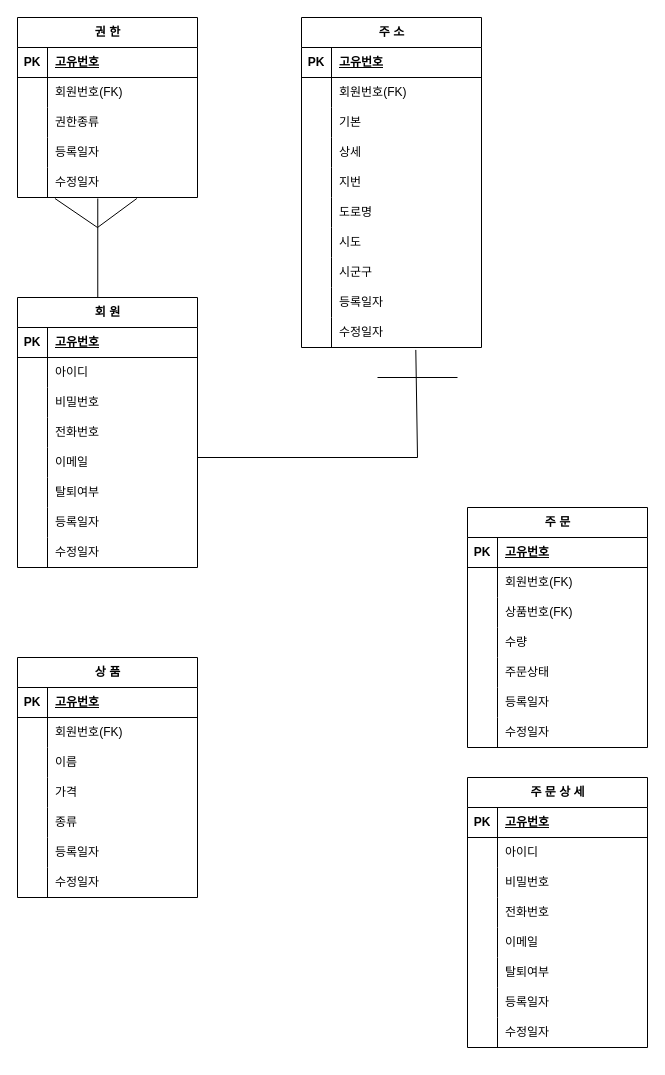
Earlier version of the draw.io diagram src/main/eCommerce.drawio (kjw1995/eCommerce). Source tidied: cells renumbered, new cells numbered last; positions are measured from the earlier drawing's top-left corner, leaving out a move shared by most shapes. Both pictures are drawn from the tidied source at 100%, with x=0, y=0 at pixel (17, 17).
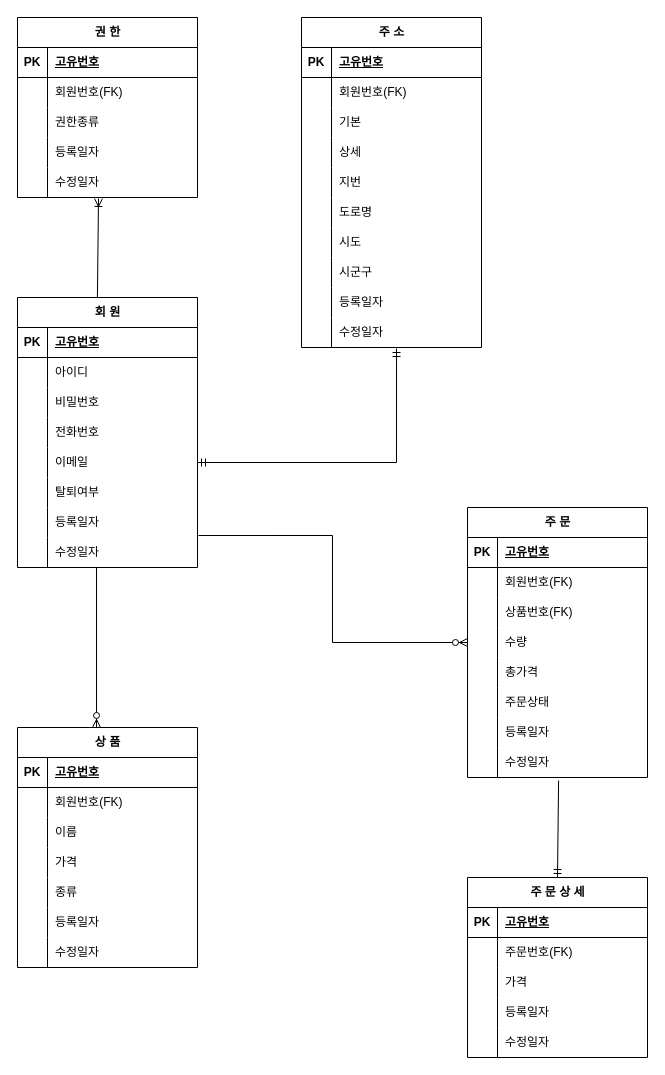
The same diagram, later.

The change refers to these unchanged cells:
```xml
<mxCell id="2" value="회 원" style="shape=table;startSize=30;childLayout=tableLayout;rowLines=0;fontStyle=1;align=center;html=1;" parent="1" vertex="1">
  <mxGeometry y="280" width="180" height="270" as="geometry" />
</mxCell>
<mxCell id="15" style="shape=tableRow;horizontal=0;startSize=0;swimlaneHead=0;swimlaneBody=0;fillColor=none;points=[[0,0.5],[1,0.5]];portConstraint=eastwest;top=0;left=0;right=0;bottom=0;" parent="2" vertex="1">
  <mxGeometry y="150" width="180" height="30" as="geometry" />
</mxCell>
<mxCell id="24" style="shape=tableRow;horizontal=0;startSize=0;swimlaneHead=0;swimlaneBody=0;fillColor=none;points=[[0,0.5],[1,0.5]];portConstraint=eastwest;top=0;left=0;right=0;bottom=0;" parent="2" vertex="1">
  <mxGeometry y="240" width="180" height="30" as="geometry" />
</mxCell>
<mxCell id="55" style="shape=tableRow;horizontal=0;startSize=0;swimlaneHead=0;swimlaneBody=0;fillColor=none;points=[[0,0.5],[1,0.5]];portConstraint=eastwest;top=0;left=0;right=0;bottom=0;" parent="27" vertex="1">
  <mxGeometry y="300" width="180" height="30" as="geometry" />
</mxCell>
<mxCell id="71" style="shape=tableRow;horizontal=0;startSize=0;swimlaneHead=0;swimlaneBody=0;fillColor=none;points=[[0,0.5],[1,0.5]];portConstraint=eastwest;top=0;left=0;right=0;bottom=0;" parent="58" vertex="1">
  <mxGeometry y="150" width="180" height="30" as="geometry" />
</mxCell>
<mxCell id="90" style="shape=tableRow;horizontal=0;startSize=0;swimlaneHead=0;swimlaneBody=0;fillColor=none;points=[[0,0.5],[1,0.5]];portConstraint=eastwest;top=0;left=0;right=0;bottom=0;" parent="80" vertex="1">
  <mxGeometry y="120" width="180" height="30" as="geometry" />
</mxCell>
<mxCell id="106" style="shape=tableRow;horizontal=0;startSize=0;swimlaneHead=0;swimlaneBody=0;fillColor=none;top=0;left=0;right=0;bottom=0;" parent="102" vertex="1">
  <mxGeometry y="60" width="180" height="30" as="geometry" />
</mxCell>
<mxCell id="109" style="shape=tableRow;horizontal=0;startSize=0;swimlaneHead=0;swimlaneBody=0;fillColor=none;top=0;left=0;right=0;bottom=0;" parent="102" vertex="1">
  <mxGeometry y="90" width="180" height="30" as="geometry" />
</mxCell>
```

Diff of the diagram source:
```diff
@@
-    <mxCell id="74" style="endArrow=none;html=1;rounded=0;exitX=0.446;exitY=1.033;exitDx=0;exitDy=0;exitPerimeter=0;entryX=0.446;entryY=0;entryDx=0;entryDy=0;entryPerimeter=0;" parent="1" edge="1" source="71" target="2">
-      <mxGeometry relative="1" as="geometry" />
-    </mxCell>
-    <mxCell id="75" style="endArrow=none;html=1;rounded=0;exitX=0.208;exitY=1.033;exitDx=0;exitDy=0;exitPerimeter=0;" parent="1" edge="1" source="71">
-      <mxGeometry relative="1" as="geometry">
-        <mxPoint x="80" y="210" as="targetPoint" />
-      </mxGeometry>
-    </mxCell>
-    <mxCell id="76" style="endArrow=none;html=1;rounded=0;entryX=0.663;entryY=1.033;entryDx=0;entryDy=0;entryPerimeter=0;" parent="1" edge="1" target="71">
-      <mxGeometry relative="1" as="geometry">
-        <mxPoint x="80" y="210" as="sourcePoint" />
-      </mxGeometry>
-    </mxCell>
-    <mxCell id="77" style="endArrow=none;html=1;rounded=0;" parent="1" edge="1">
-      <mxGeometry relative="1" as="geometry">
-        <mxPoint x="180" y="440" as="sourcePoint" />
-        <mxPoint x="400" y="440" as="targetPoint" />
-      </mxGeometry>
-    </mxCell>
-    <mxCell id="78" style="endArrow=none;html=1;rounded=0;entryX=0.635;entryY=1.081;entryDx=0;entryDy=0;entryPerimeter=0;" parent="1" edge="1" target="55">
-      <mxGeometry relative="1" as="geometry">
-        <mxPoint x="400" y="440" as="sourcePoint" />
-      </mxGeometry>
-    </mxCell>
-    <mxCell id="79" style="endArrow=none;html=1;rounded=0;" parent="1" edge="1">
-      <mxGeometry relative="1" as="geometry">
-        <mxPoint x="360" y="360" as="sourcePoint" />
-        <mxPoint x="440" y="360" as="targetPoint" />
-      </mxGeometry>
-    </mxCell>
     <mxCell id="80" value="주 문" style="shape=table;startSize=30;childLayout=tableLayout;rowLines=0;fontStyle=1;align=center;html=1;" parent="1" vertex="1">
-      <mxGeometry x="450" y="490" width="180" height="240" as="geometry" />
+      <mxGeometry x="450" y="490" width="180" height="270" as="geometry" />
     </mxCell>
@@
+    <mxCell id="115" style="shape=tableRow;horizontal=0;startSize=0;swimlaneHead=0;swimlaneBody=0;fillColor=none;top=0;left=0;right=0;bottom=0;" parent="80" vertex="1">
+      <mxGeometry y="150" width="180" height="30" as="geometry" />
+    </mxCell>
+    <mxCell id="149" style="shape=partialRectangle;fillColor=none;top=0;left=0;bottom=0;right=0;overflow=hidden;whiteSpace=wrap;html=1;" parent="115" vertex="1">
+      <mxGeometry width="30" height="30" as="geometry" />
+    </mxCell>
+    <mxCell id="150" value="총가격" style="shape=partialRectangle;fillColor=none;top=0;left=0;bottom=0;right=0;align=left;spacingLeft=6;overflow=hidden;whiteSpace=wrap;html=1;" parent="115" vertex="1">
+      <mxGeometry x="30" width="150" height="30" as="geometry" />
+    </mxCell>
     <mxCell id="93" style="shape=tableRow;horizontal=0;startSize=0;swimlaneHead=0;swimlaneBody=0;fillColor=none;top=0;left=0;right=0;bottom=0;" parent="80" vertex="1">
-      <mxGeometry y="150" width="180" height="30" as="geometry" />
+      <mxGeometry y="180" width="180" height="30" as="geometry" />
     </mxCell>
@@
     <mxCell id="96" style="shape=tableRow;horizontal=0;startSize=0;swimlaneHead=0;swimlaneBody=0;fillColor=none;top=0;left=0;right=0;bottom=0;" parent="80" vertex="1">
-      <mxGeometry y="180" width="180" height="30" as="geometry" />
+      <mxGeometry y="210" width="180" height="30" as="geometry" />
     </mxCell>
@@
     <mxCell id="99" style="shape=tableRow;horizontal=0;startSize=0;swimlaneHead=0;swimlaneBody=0;fillColor=none;points=[[0,0.5],[1,0.5]];portConstraint=eastwest;top=0;left=0;right=0;bottom=0;" parent="80" vertex="1">
-      <mxGeometry y="210" width="180" height="30" as="geometry" />
+      <mxGeometry y="240" width="180" height="30" as="geometry" />
     </mxCell>
@@
     <mxCell id="102" value="주 문 상 세" style="shape=table;startSize=30;childLayout=tableLayout;rowLines=0;fontStyle=1;align=center;html=1;" parent="1" vertex="1">
-      <mxGeometry x="450" y="760" width="180" height="270" as="geometry" />
+      <mxGeometry x="450" y="860" width="180" height="180" as="geometry" />
     </mxCell>
@@
-    <mxCell id="108" value="아이디" style="shape=partialRectangle;fillColor=none;top=0;left=0;bottom=0;right=0;align=left;spacingLeft=6;overflow=hidden;whiteSpace=wrap;html=1;" parent="106" vertex="1">
+    <mxCell id="108" value="주문번호(FK)" style="shape=partialRectangle;fillColor=none;top=0;left=0;bottom=0;right=0;align=left;spacingLeft=6;overflow=hidden;whiteSpace=wrap;html=1;" parent="106" vertex="1">
       <mxGeometry x="30" width="150" height="30" as="geometry" />
     </mxCell>
@@
-    <mxCell id="110" style="shape=partialRectangle;fillColor=none;top=0;left=0;bottom=0;right=0;overflow=hidden;whiteSpace=wrap;html=1;" parent="109" vertex="1">
-      <mxGeometry width="30" height="30" as="geometry" />
-    </mxCell>
-    <mxCell id="111" value="비밀번호" style="shape=partialRectangle;fillColor=none;top=0;left=0;bottom=0;right=0;align=left;spacingLeft=6;overflow=hidden;whiteSpace=wrap;html=1;" parent="109" vertex="1">
-      <mxGeometry x="30" width="150" height="30" as="geometry" />
-    </mxCell>
-    <mxCell id="112" style="shape=tableRow;horizontal=0;startSize=0;swimlaneHead=0;swimlaneBody=0;fillColor=none;top=0;left=0;right=0;bottom=0;" parent="102" vertex="1">
-      <mxGeometry y="120" width="180" height="30" as="geometry" />
-    </mxCell>
-    <mxCell id="113" style="shape=partialRectangle;fillColor=none;top=0;left=0;bottom=0;right=0;overflow=hidden;whiteSpace=wrap;html=1;" parent="112" vertex="1">
-      <mxGeometry width="30" height="30" as="geometry" />
-    </mxCell>
-    <mxCell id="114" value="전화번호" style="shape=partialRectangle;fillColor=none;top=0;left=0;bottom=0;right=0;align=left;spacingLeft=6;overflow=hidden;whiteSpace=wrap;html=1;" parent="112" vertex="1">
-      <mxGeometry x="30" width="150" height="30" as="geometry" />
-    </mxCell>
-    <mxCell id="115" style="shape=tableRow;horizontal=0;startSize=0;swimlaneHead=0;swimlaneBody=0;fillColor=none;top=0;left=0;right=0;bottom=0;" parent="102" vertex="1">
-      <mxGeometry y="150" width="180" height="30" as="geometry" />
-    </mxCell>
-    <mxCell id="116" style="shape=partialRectangle;fillColor=none;top=0;left=0;bottom=0;right=0;overflow=hidden;whiteSpace=wrap;html=1;" parent="115" vertex="1">
-      <mxGeometry width="30" height="30" as="geometry" />
-    </mxCell>
-    <mxCell id="117" value="이메일" style="shape=partialRectangle;fillColor=none;top=0;left=0;bottom=0;right=0;align=left;spacingLeft=6;overflow=hidden;whiteSpace=wrap;html=1;" parent="115" vertex="1">
-      <mxGeometry x="30" width="150" height="30" as="geometry" />
-    </mxCell>
-    <mxCell id="118" style="shape=tableRow;horizontal=0;startSize=0;swimlaneHead=0;swimlaneBody=0;fillColor=none;top=0;left=0;right=0;bottom=0;" parent="102" vertex="1">
-      <mxGeometry y="180" width="180" height="30" as="geometry" />
-    </mxCell>
-    <mxCell id="119" style="shape=partialRectangle;fillColor=none;top=0;left=0;bottom=0;right=0;overflow=hidden;whiteSpace=wrap;html=1;" parent="118" vertex="1">
-      <mxGeometry width="30" height="30" as="geometry" />
-    </mxCell>
-    <mxCell id="120" value="탈퇴여부" style="shape=partialRectangle;fillColor=none;top=0;left=0;bottom=0;right=0;align=left;spacingLeft=6;overflow=hidden;whiteSpace=wrap;html=1;" parent="118" vertex="1">
-      <mxGeometry x="30" width="150" height="30" as="geometry" />
-    </mxCell>
+    <mxCell id="151" style="shape=partialRectangle;fillColor=none;top=0;left=0;bottom=0;right=0;overflow=hidden;whiteSpace=wrap;html=1;" parent="109" vertex="1">
+      <mxGeometry width="30" height="30" as="geometry" />
+    </mxCell>
+    <mxCell id="152" value="가격" style="shape=partialRectangle;fillColor=none;top=0;left=0;bottom=0;right=0;align=left;spacingLeft=6;overflow=hidden;whiteSpace=wrap;html=1;" parent="109" vertex="1">
+      <mxGeometry x="30" width="150" height="30" as="geometry" />
+    </mxCell>
     <mxCell id="121" style="shape=tableRow;horizontal=0;startSize=0;swimlaneHead=0;swimlaneBody=0;fillColor=none;top=0;left=0;right=0;bottom=0;" parent="102" vertex="1">
-      <mxGeometry y="210" width="180" height="30" as="geometry" />
+      <mxGeometry y="120" width="180" height="30" as="geometry" />
     </mxCell>
@@
     <mxCell id="124" style="shape=tableRow;horizontal=0;startSize=0;swimlaneHead=0;swimlaneBody=0;fillColor=none;top=0;left=0;right=0;bottom=0;" parent="102" vertex="1">
-      <mxGeometry y="240" width="180" height="30" as="geometry" />
+      <mxGeometry y="150" width="180" height="30" as="geometry" />
     </mxCell>
@@
     <mxCell id="127" value="상 품" style="shape=table;startSize=30;childLayout=tableLayout;rowLines=0;fontStyle=1;align=center;html=1;" parent="1" vertex="1">
-      <mxGeometry y="640" width="180" height="240" as="geometry" />
+      <mxGeometry y="710" width="180" height="240" as="geometry" />
     </mxCell>
@@
+    <mxCell id="153" style="fontSize=12;html=1;endArrow=ERoneToMany;rounded=0;exitX=0.444;exitY=0;exitDx=0;exitDy=0;exitPerimeter=0;entryX=0.45;entryY=1.033;entryDx=0;entryDy=0;entryPerimeter=0;" parent="1" edge="1" source="2" target="71">
+      <mxGeometry relative="1" as="geometry" />
+    </mxCell>
+    <mxCell id="154" style="edgeStyle=orthogonalEdgeStyle;fontSize=12;html=1;endArrow=ERmandOne;startArrow=ERmandOne;rounded=0;exitX=1;exitY=0.5;exitDx=0;exitDy=0;entryX=0.528;entryY=1.033;entryDx=0;entryDy=0;entryPerimeter=0;" parent="1" edge="1" source="15" target="55">
+      <mxGeometry relative="1" as="geometry" />
+    </mxCell>
+    <mxCell id="155" style="fontSize=12;html=1;endArrow=ERzeroToMany;endFill=1;rounded=0;exitX=0.439;exitY=1;exitDx=0;exitDy=0;exitPerimeter=0;entryX=0.439;entryY=0;entryDx=0;entryDy=0;entryPerimeter=0;" parent="1" edge="1" source="24" target="127">
+      <mxGeometry relative="1" as="geometry" />
+    </mxCell>
+    <mxCell id="156" style="edgeStyle=orthogonalEdgeStyle;fontSize=12;html=1;endArrow=ERzeroToMany;endFill=1;rounded=0;exitX=1.006;exitY=-0.067;exitDx=0;exitDy=0;exitPerimeter=0;entryX=0;entryY=0.5;entryDx=0;entryDy=0;" parent="1" edge="1" source="24" target="90">
+      <mxGeometry relative="1" as="geometry" />
+    </mxCell>
+    <mxCell id="157" style="fontSize=12;html=1;endArrow=ERmandOne;rounded=0;entryX=0.5;entryY=0;entryDx=0;entryDy=0;exitX=0.506;exitY=1.1;exitDx=0;exitDy=0;exitPerimeter=0;" parent="1" edge="1" source="99" target="102">
+      <mxGeometry relative="1" as="geometry" />
+    </mxCell>
```
